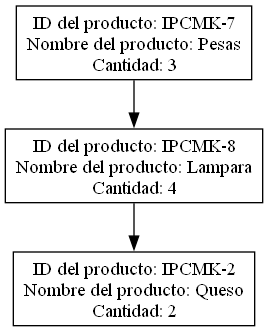
202300512DanielH/IPC2_ProyectoVJ2024_21 keeps this Graphviz diagram as Reportes/PilaIPC2-25.png. Above is the earlier version. Its source is kept beside it as Reportes/PilaIPC2-25.dot.
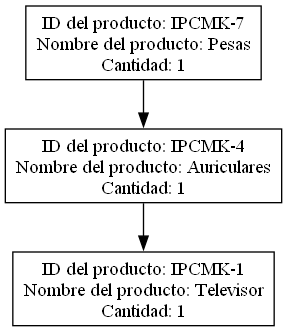
Above is the later version.

The edit, as a diff of the source:
```diff
@@ -1,9 +1,9 @@
 digraph G {
     rankdir=TB;
     node [shape = record, height = .1];
-Nodo0 [label="ID del producto: IPCMK-7\nNombre del producto: Pesas\nCantidad: 3"];
-Nodo1 [label="ID del producto: IPCMK-8\nNombre del producto: Lampara\nCantidad: 4"];
+Nodo0 [label="ID del producto: IPCMK-7\nNombre del producto: Pesas\nCantidad: 1"];
+Nodo1 [label="ID del producto: IPCMK-4\nNombre del producto: Auriculares\nCantidad: 1"];
 Nodo0 -> Nodo1;
-Nodo2 [label="ID del producto: IPCMK-2\nNombre del producto: Queso\nCantidad: 2"];
+Nodo2 [label="ID del producto: IPCMK-1\nNombre del producto: Televisor\nCantidad: 1"];
 Nodo1 -> Nodo2;
 }
```
